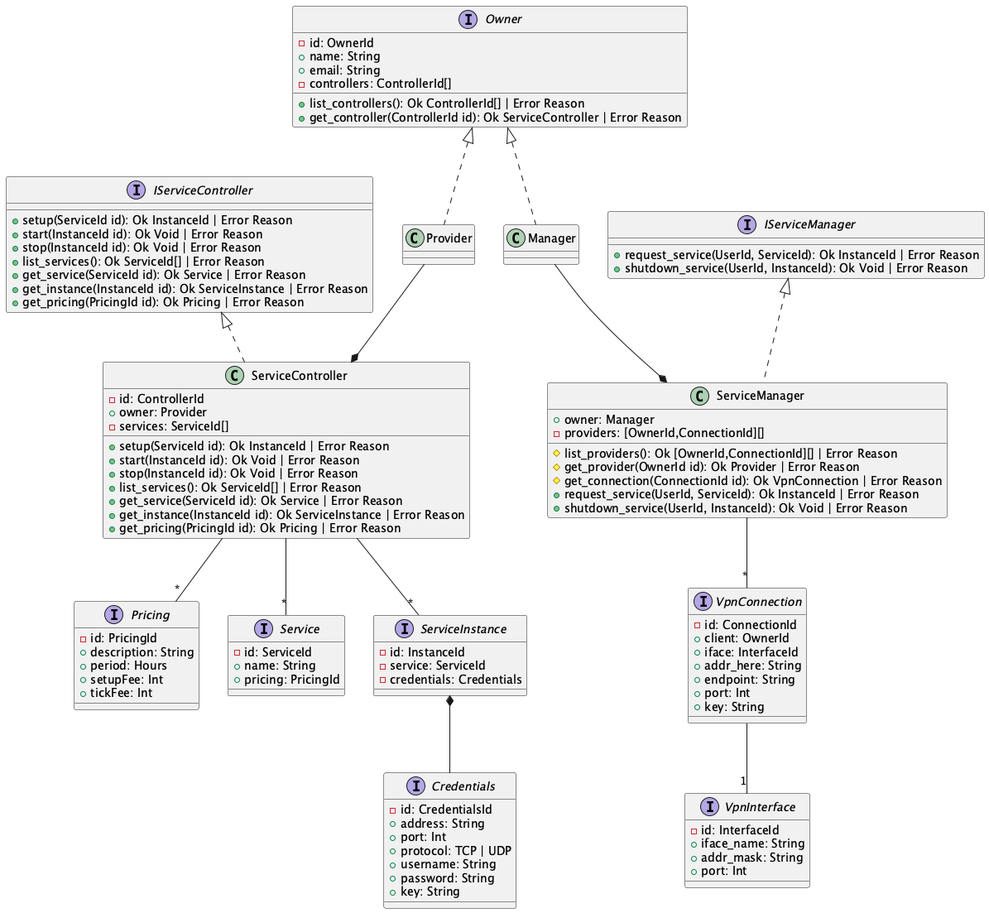
The PlantUML diagram doc/img/Iface-Service-Controller.png in Blockchain-Data-Analytics/BCA-Service-Tokenization, before a commit.
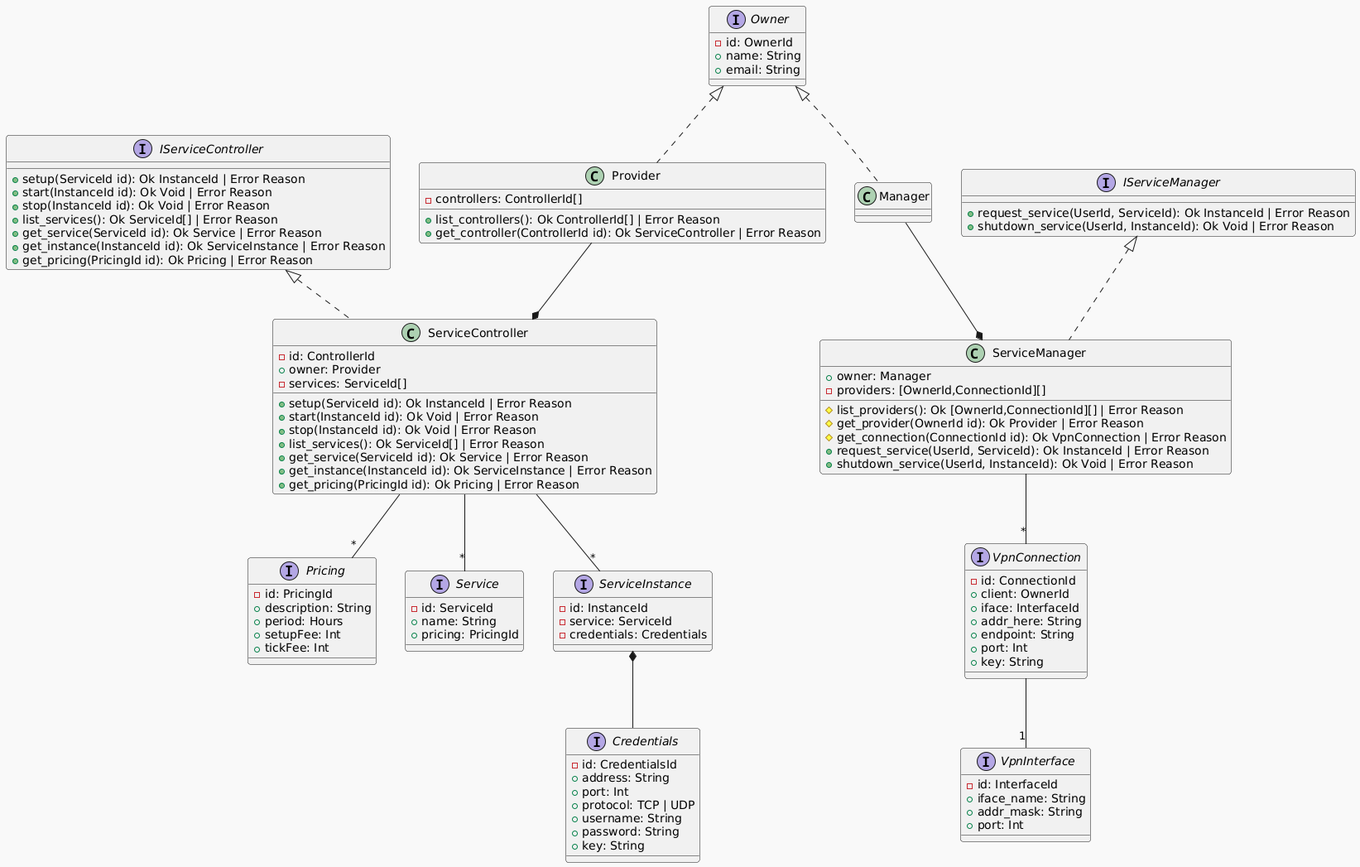
After the commit.

What changed in the source:
```diff
@@ -1,4 +1,6 @@
 @startuml Iface-Service-Controller
+
+!theme mars
 
 interface Pricing {
     -id: PricingId
@@ -34,9 +36,6 @@
     -id: OwnerId
     +name: String
     +email: String
-    -controllers: ControllerId[]
-    +list_controllers(): Ok ControllerId[] | Error Reason
-    +get_controller(ControllerId id): Ok ServiceController | Error Reason
 }
 
 interface IServiceController {
@@ -78,7 +77,11 @@
 class ServiceManager implements IServiceManager
 class ServiceController implements IServiceController
 class Manager implements Owner
-class Provider implements Owner
+class Provider implements Owner {
+    -controllers: ControllerId[]
+    +list_controllers(): Ok ControllerId[] | Error Reason
+    +get_controller(ControllerId id): Ok ServiceController | Error Reason
+}
 
 interface VpnInterface {
     -id: InterfaceId
```
